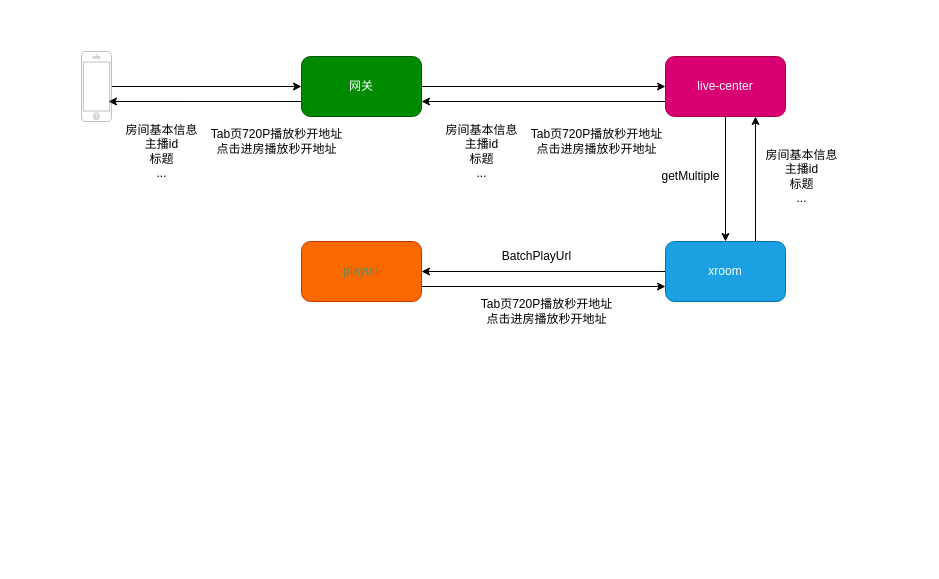
This is Tab页播放逻辑链路.drawio from smartcharles/tech_draw, a draw.io file, before an edit. Source tidied: cells renumbered, new cells numbered last; positions are measured from the earlier drawing's top-left corner, leaving out a move shared by most shapes. Both pictures are drawn from the tidied source at 100%, with x=0, y=0 at pixel (81, 51).
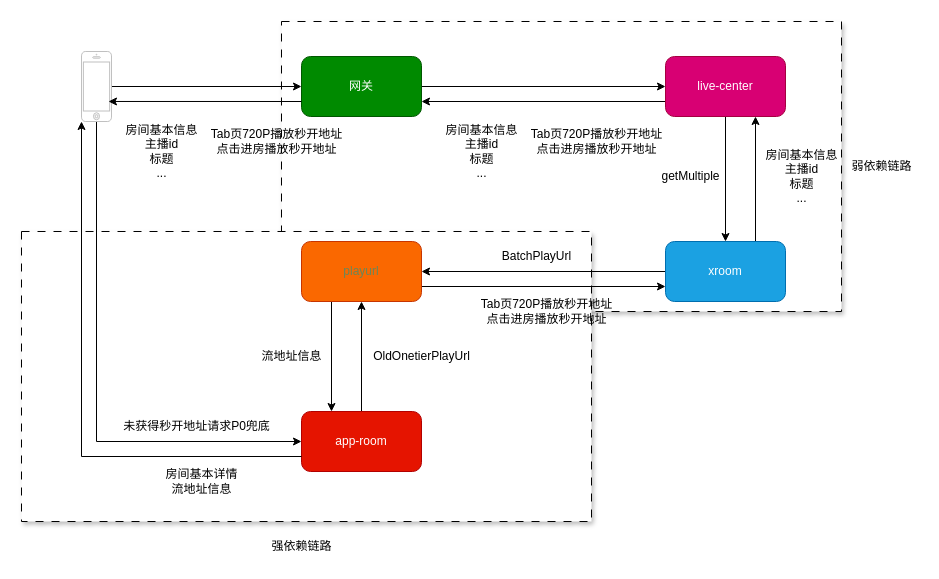
The same diagram, later.

Commit message (it also covers changes not shown here):
更新Tab页播放逻辑链路.drawio

The change refers to these unchanged cells:
```xml
<mxCell id="3" style="html=1;verticalLabelPosition=bottom;labelBackgroundColor=#ffffff;verticalAlign=top;shadow=0;dashed=0;strokeWidth=1;shape=mxgraph.ios7.misc.iphone;strokeColor=#c0c0c0;" parent="1" vertex="1">
  <mxGeometry width="30" height="70" as="geometry" />
</mxCell>
<mxCell id="14" value="&lt;font color=&quot;#6a8759&quot;&gt;playurl&lt;/font&gt;" style="rounded=1;whiteSpace=wrap;html=1;fillColor=#fa6800;fontColor=#000000;strokeColor=#C73500;" parent="1" vertex="1">
  <mxGeometry x="220" y="190" width="120" height="60" as="geometry" />
</mxCell>
```

The edit, as a diff of the source:
```diff
@@
+    <mxCell id="23" style="rounded=0;whiteSpace=wrap;html=1;shadow=1;dashed=1;dashPattern=8 8;" parent="1" vertex="1">
+      <mxGeometry x="200" y="-30" width="560" height="290" as="geometry" />
+    </mxCell>
+    <mxCell id="24" style="rounded=0;whiteSpace=wrap;html=1;shadow=1;dashed=1;dashPattern=8 8;" parent="1" vertex="1">
+      <mxGeometry x="-60" y="180" width="570" height="290" as="geometry" />
+    </mxCell>
@@
+    <mxCell id="25" style="edgeStyle=orthogonalEdgeStyle;rounded=0;jettySize=auto;html=1;entryX=0;entryY=0.5;entryDx=0;entryDy=0;" parent="1" edge="1" source="3" target="28">
+      <mxGeometry relative="1" as="geometry">
+        <Array as="points">
+          <mxPoint x="15" y="390" />
+        </Array>
+      </mxGeometry>
+    </mxCell>
@@
+    <mxCell id="26" style="edgeStyle=orthogonalEdgeStyle;rounded=0;jettySize=auto;html=1;exitX=0.25;exitY=1;exitDx=0;exitDy=0;entryX=0.25;entryY=0;entryDx=0;entryDy=0;" parent="1" edge="1" source="14" target="28">
+      <mxGeometry relative="1" as="geometry" />
+    </mxCell>
@@
+    <mxCell id="27" style="edgeStyle=orthogonalEdgeStyle;rounded=0;jettySize=auto;html=1;entryX=0.5;entryY=1;entryDx=0;entryDy=0;" parent="1" edge="1" source="28" target="14">
+      <mxGeometry relative="1" as="geometry" />
+    </mxCell>
+    <mxCell id="28" value="app-room" style="rounded=1;whiteSpace=wrap;html=1;fillColor=#e51400;fontColor=#ffffff;strokeColor=#B20000;" parent="1" vertex="1">
+      <mxGeometry x="220" y="360" width="120" height="60" as="geometry" />
+    </mxCell>
+    <mxCell id="29" value="OldOnetierPlayUrl" style="text;html=1;align=center;verticalAlign=middle;strokeColor=none;fillColor=none;" parent="1" vertex="1">
+      <mxGeometry x="280" y="290" width="120" height="30" as="geometry" />
+    </mxCell>
+    <mxCell id="30" value="流地址信息" style="text;html=1;align=center;verticalAlign=middle;strokeColor=none;fillColor=none;" parent="1" vertex="1">
+      <mxGeometry x="170" y="290" width="80" height="30" as="geometry" />
+    </mxCell>
+    <mxCell id="31" style="edgeStyle=orthogonalEdgeStyle;rounded=0;jettySize=auto;html=1;exitX=0;exitY=0.75;exitDx=0;exitDy=0;entryX=0;entryY=1;entryDx=0;entryDy=0;entryPerimeter=0;" parent="1" edge="1" source="28" target="3">
+      <mxGeometry relative="1" as="geometry" />
+    </mxCell>
+    <mxCell id="32" value="房间基本详情&lt;div&gt;流地址信息&lt;/div&gt;" style="text;html=1;align=center;verticalAlign=middle;strokeColor=none;fillColor=none;" parent="1" vertex="1">
+      <mxGeometry x="70" y="410" width="100" height="40" as="geometry" />
+    </mxCell>
+    <mxCell id="33" value="未获得秒开地址请求P0兜底" style="text;html=1;align=center;verticalAlign=middle;strokeColor=none;fillColor=none;" parent="1" vertex="1">
+      <mxGeometry x="30" y="360" width="170" height="30" as="geometry" />
+    </mxCell>
+    <mxCell id="34" value="弱依赖链路" style="text;html=1;align=center;verticalAlign=middle;strokeColor=none;fillColor=none;" parent="1" vertex="1">
+      <mxGeometry x="760" y="100" width="80" height="30" as="geometry" />
+    </mxCell>
+    <mxCell id="35" value="强依赖链路" style="text;html=1;align=center;verticalAlign=middle;strokeColor=none;fillColor=none;" parent="1" vertex="1">
+      <mxGeometry x="180" y="480" width="80" height="30" as="geometry" />
+    </mxCell>
```
